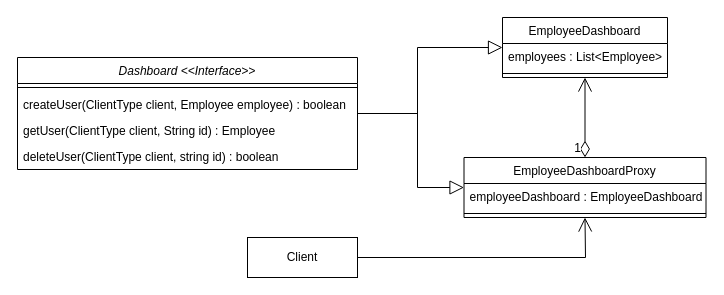
rishabmamgai/LLD keeps this draw.io diagram as umls/Proxy.drawio. Above is the earlier version. Source tidied: cells renumbered, new cells numbered last; positions are measured from the earlier drawing's top-left corner, leaving out a move shared by most shapes. Both pictures are drawn from the tidied source at 100%, with x=0, y=0 at pixel (17, 17).
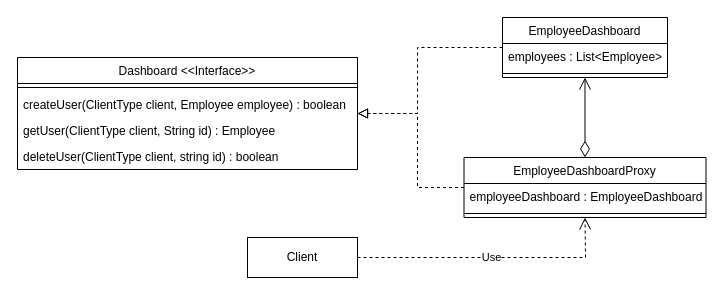
The same page after the edit.

Commit message (it also covers changes not shown here):
Updating Decorator, Composite, Proxy umls

The change refers to these unchanged cells:
```xml
<mxCell id="7" value="EmployeeDashboard" style="swimlane;fontStyle=0;align=center;verticalAlign=top;horizontal=1;startSize=26;rounded=0;shadow=0;strokeWidth=1;" parent="1" vertex="1">
  <mxGeometry x="485" width="165" height="60" as="geometry" />
</mxCell>
<mxCell id="10" value="EmployeeDashboardProxy" style="swimlane;fontStyle=0;align=center;verticalAlign=top;horizontal=1;startSize=26;rounded=0;shadow=0;strokeWidth=1;" parent="1" vertex="1">
  <mxGeometry x="446.5" y="140" width="242" height="60" as="geometry" />
</mxCell>
<mxCell id="16" value="Client" style="rounded=0;whiteSpace=wrap;html=1;" parent="1" vertex="1">
  <mxGeometry x="230" y="220" width="110" height="40" as="geometry" />
</mxCell>
```

The edit, as a diff of the source:
```diff
@@
-    <mxCell id="2" value="Dashboard &lt;&lt;Interface&gt;&gt;" style="swimlane;fontStyle=2;align=center;verticalAlign=top;horizontal=1;startSize=26;rounded=0;shadow=0;strokeWidth=1;" parent="1" vertex="1">
+    <mxCell id="2" value="Dashboard &lt;&lt;Interface&gt;&gt;" style="swimlane;fontStyle=0;align=center;verticalAlign=top;horizontal=1;startSize=26;rounded=0;shadow=0;strokeWidth=1;" parent="1" vertex="1">
       <mxGeometry y="40" width="340" height="112" as="geometry" />
     </mxCell>
@@
-    <mxCell id="13" style="endArrow=block;html=1;rounded=0;entryX=0;entryY=0.5;entryDx=0;entryDy=0;endFill=0;endSize=12;exitX=1;exitY=0.5;exitDx=0;exitDy=0;" parent="1" edge="1" source="2" target="7">
+    <mxCell id="13" style="endArrow=block;html=1;rounded=0;endFill=0;endSize=8;entryX=1;entryY=0.5;entryDx=0;entryDy=0;exitX=0;exitY=0.5;exitDx=0;exitDy=0;dashed=1;" parent="1" edge="1" source="7" target="2">
       <mxGeometry relative="1" as="geometry">
         <Array as="points">
+          <mxPoint x="400" y="30" />
           <mxPoint x="400" y="96" />
-          <mxPoint x="400" y="30" />
         </Array>
       </mxGeometry>
     </mxCell>
-    <mxCell id="14" style="endArrow=block;html=1;rounded=0;entryX=0;entryY=0.5;entryDx=0;entryDy=0;endFill=0;endSize=12;" parent="1" edge="1" target="10">
+    <mxCell id="14" style="endArrow=block;html=1;rounded=0;entryX=1;entryY=0.5;entryDx=0;entryDy=0;endFill=0;endSize=8;exitX=0;exitY=0.5;exitDx=0;exitDy=0;dashed=1;" parent="1" edge="1" source="10" target="2">
       <mxGeometry relative="1" as="geometry">
-        <mxPoint x="400" y="90" as="sourcePoint" />
         <Array as="points">
           <mxPoint x="400" y="170" />
+          <mxPoint x="400" y="96" />
         </Array>
       </mxGeometry>
     </mxCell>
-    <mxCell id="15" value="1" style="endArrow=open;html=1;endSize=12;startArrow=diamondThin;startSize=14;startFill=0;edgeStyle=orthogonalEdgeStyle;align=right;verticalAlign=bottom;rounded=0;entryX=0.5;entryY=1;entryDx=0;entryDy=0;exitX=0.5;exitY=0;exitDx=0;exitDy=0;fontSize=12;" parent="1" edge="1" source="10" target="7">
+    <mxCell id="15" style="endArrow=open;html=1;endSize=10;startArrow=diamondThin;startSize=14;startFill=0;edgeStyle=orthogonalEdgeStyle;align=right;verticalAlign=bottom;rounded=0;entryX=0.5;entryY=1;entryDx=0;entryDy=0;exitX=0.5;exitY=0;exitDx=0;exitDy=0;fontSize=12;" parent="1" edge="1" source="10" target="7">
       <mxGeometry x="-1" y="3" relative="1" as="geometry" />
     </mxCell>
@@
-    <mxCell id="17" style="endArrow=open;html=1;rounded=0;exitX=1;exitY=0.5;exitDx=0;exitDy=0;entryX=0.5;entryY=1;entryDx=0;entryDy=0;endFill=0;endSize=12;" parent="1" edge="1" source="16" target="10">
+    <mxCell id="17" value="Use" style="endArrow=open;endSize=10;dashed=1;html=1;rounded=0;exitX=1;exitY=0.5;exitDx=0;exitDy=0;entryX=0.5;entryY=1;entryDx=0;entryDy=0;" parent="1" edge="1" source="16" target="10">
       <mxGeometry relative="1" as="geometry">
         <Array as="points">
           <mxPoint x="568" y="240" />
         </Array>
       </mxGeometry>
     </mxCell>
```
